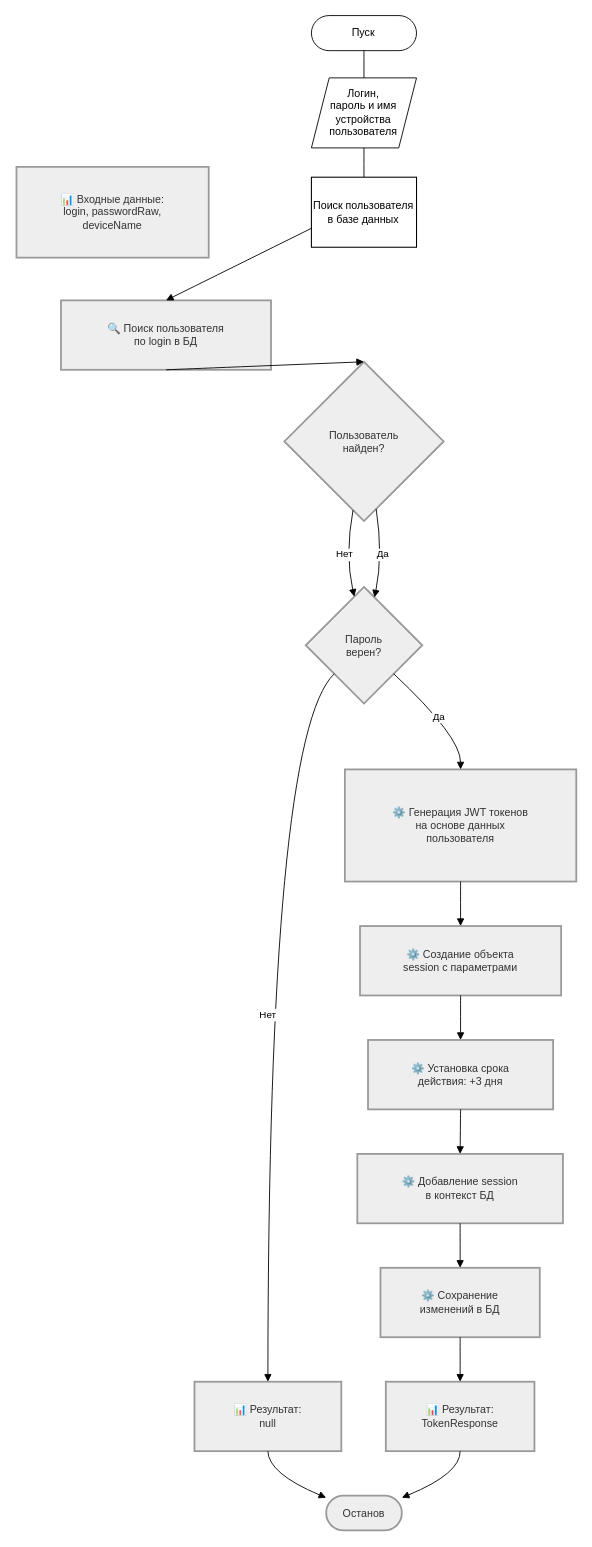
Skverno-Slov/Pract keeps this draw.io diagram as Algoritm.drawio. Above is the earlier version. Source tidied: cells renumbered, new cells numbered last; positions are measured from the earlier drawing's top-left corner, leaving out a move shared by most shapes. Both pictures are drawn from the tidied source at 89%, with x=0, y=0 at pixel (16, 15).
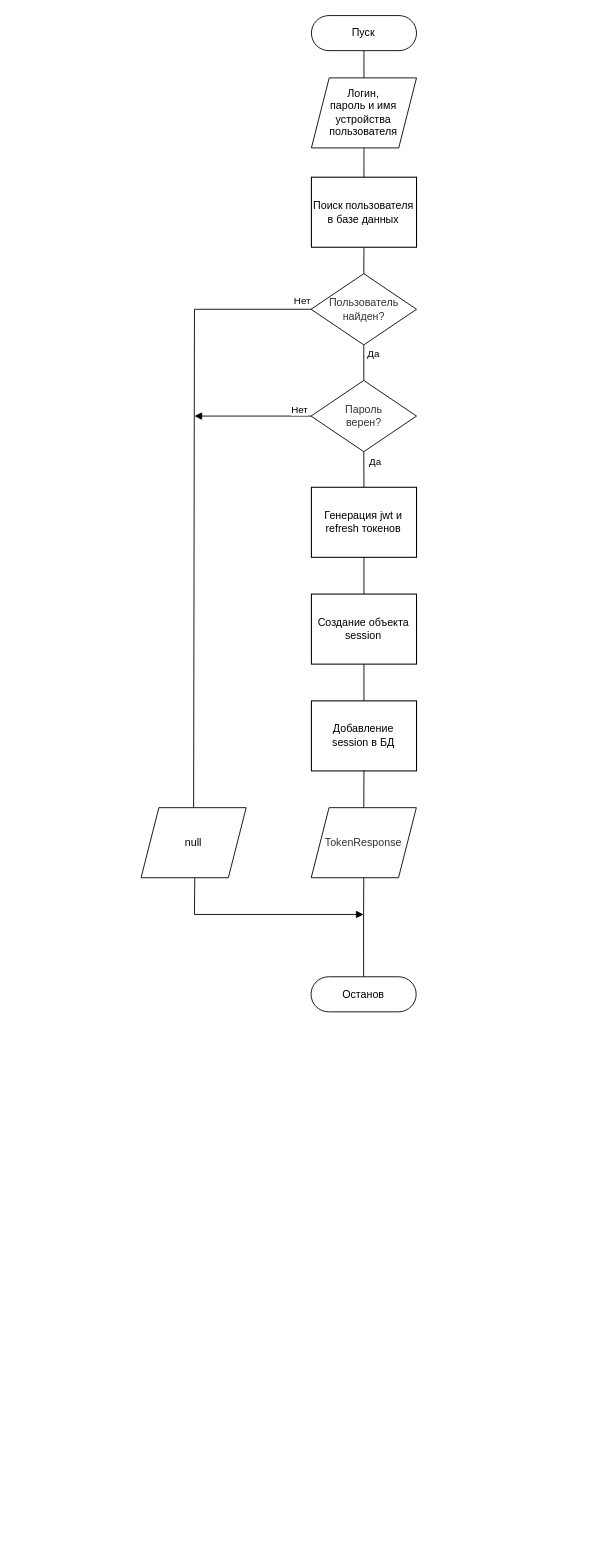
Above is the later version.

Unchanged cells that the change refers to:
```xml
<mxCell id="29" value="Поиск пользователя в базе данных" style="whiteSpace=wrap;strokeWidth=1.1810999999999998;" parent="1" vertex="1">
  <mxGeometry x="331.4" y="181.6" width="118.1" height="78.7" as="geometry" />
</mxCell>
```

Diff of the diagram source:
```diff
@@
-    <mxCell id="3" value="📊 Входные данные:&#10;login, passwordRaw,&#10;deviceName" style="whiteSpace=wrap;strokeWidth=2;fillColor=light-dark(#eeeeee,#1f2020);strokeColor=light-dark(#999999,#cccccc);fontColor=light-dark(#333333,#cccccc);" parent="1" vertex="1">
-      <mxGeometry y="170" width="216" height="102" as="geometry" />
-    </mxCell>
-    <mxCell id="4" value="🔍 Поиск пользователя&#10;по login в БД" style="whiteSpace=wrap;strokeWidth=2;fillColor=light-dark(#eeeeee,#1f2020);strokeColor=light-dark(#999999,#cccccc);fontColor=light-dark(#333333,#cccccc);" parent="1" vertex="1">
-      <mxGeometry x="50" y="320" width="236" height="78" as="geometry" />
-    </mxCell>
-    <mxCell id="5" value="Пользователь&#10;найден?" style="rhombus;strokeWidth=2;whiteSpace=wrap;fillColor=light-dark(#eeeeee,#1f2020);strokeColor=light-dark(#999999,#cccccc);fontColor=light-dark(#333333,#cccccc);" parent="1" vertex="1">
-      <mxGeometry x="301" y="389" width="179" height="179" as="geometry" />
-    </mxCell>
-    <mxCell id="6" value="Пароль&#10;верен?" style="rhombus;strokeWidth=2;whiteSpace=wrap;fillColor=light-dark(#eeeeee,#1f2020);strokeColor=light-dark(#999999,#cccccc);fontColor=light-dark(#333333,#cccccc);" parent="1" vertex="1">
-      <mxGeometry x="325" y="642" width="131" height="131" as="geometry" />
-    </mxCell>
-    <mxCell id="7" value="📊 Результат:&#10;null" style="whiteSpace=wrap;strokeWidth=2;fillColor=light-dark(#eeeeee,#1f2020);strokeColor=light-dark(#999999,#cccccc);fontColor=light-dark(#333333,#cccccc);" parent="1" vertex="1">
-      <mxGeometry x="200" y="1535" width="165" height="78" as="geometry" />
-    </mxCell>
-    <mxCell id="8" value="Останов" style="rounded=1;whiteSpace=wrap;arcSize=50;strokeWidth=2;fillColor=light-dark(#eeeeee,#1f2020);strokeColor=light-dark(#999999,#cccccc);fontColor=light-dark(#333333,#cccccc);" parent="1" vertex="1">
-      <mxGeometry x="348" y="1663" width="85" height="39" as="geometry" />
-    </mxCell>
-    <mxCell id="9" value="⚙️ Генерация JWT токенов&#10;на основе данных&#10;пользователя" style="whiteSpace=wrap;strokeWidth=2;fillColor=light-dark(#eeeeee,#1f2020);strokeColor=light-dark(#999999,#cccccc);fontColor=light-dark(#333333,#cccccc);" parent="1" vertex="1">
-      <mxGeometry x="369" y="847" width="260" height="126" as="geometry" />
-    </mxCell>
-    <mxCell id="10" value="⚙️ Создание объекта&#10;session с параметрами" style="whiteSpace=wrap;strokeWidth=2;fillColor=light-dark(#eeeeee,#1f2020);strokeColor=light-dark(#999999,#cccccc);fontColor=light-dark(#333333,#cccccc);" parent="1" vertex="1">
-      <mxGeometry x="386" y="1023" width="226" height="78" as="geometry" />
-    </mxCell>
-    <mxCell id="11" value="⚙️ Установка срока&#10;действия: +3 дня" style="whiteSpace=wrap;strokeWidth=2;fillColor=light-dark(#eeeeee,#1f2020);strokeColor=light-dark(#999999,#cccccc);fontColor=light-dark(#333333,#cccccc);" parent="1" vertex="1">
-      <mxGeometry x="395" y="1151" width="208" height="78" as="geometry" />
-    </mxCell>
-    <mxCell id="12" value="⚙️ Добавление session&#10;в контекст БД" style="whiteSpace=wrap;strokeWidth=2;fillColor=light-dark(#eeeeee,#1f2020);strokeColor=light-dark(#999999,#cccccc);fontColor=light-dark(#333333,#cccccc);" parent="1" vertex="1">
-      <mxGeometry x="383" y="1279" width="231" height="78" as="geometry" />
-    </mxCell>
-    <mxCell id="13" value="⚙️ Сохранение&#10;изменений в БД" style="whiteSpace=wrap;strokeWidth=2;fillColor=light-dark(#eeeeee,#1f2020);strokeColor=light-dark(#999999,#cccccc);fontColor=light-dark(#333333,#cccccc);" parent="1" vertex="1">
-      <mxGeometry x="409" y="1407" width="179" height="78" as="geometry" />
-    </mxCell>
-    <mxCell id="14" value="📊 Результат:&#10;TokenResponse" style="whiteSpace=wrap;strokeWidth=2;fillColor=light-dark(#eeeeee,#1f2020);strokeColor=light-dark(#999999,#cccccc);fontColor=light-dark(#333333,#cccccc);" parent="1" vertex="1">
-      <mxGeometry x="415" y="1535" width="167" height="78" as="geometry" />
-    </mxCell>
@@
-    <mxCell id="16" style="curved=1;startArrow=none;endArrow=block;entryX=0.5;entryY=0;rounded=0;" parent="1" edge="1" target="4">
-      <mxGeometry relative="1" as="geometry">
-        <mxPoint x="390" y="210" as="sourcePoint" />
-      </mxGeometry>
+    <mxCell id="16" style="curved=1;startArrow=none;endArrow=none;entryX=0.5;entryY=0;rounded=0;exitX=0.5;exitY=1;exitDx=0;exitDy=0;entryDx=0;entryDy=0;endFill=0;" parent="1" edge="1" source="29" target="5">
+      <mxGeometry relative="1" as="geometry" />
     </mxCell>
-    <mxCell id="17" style="curved=1;startArrow=none;endArrow=block;exitX=0.5;exitY=1;entryX=0.5;entryY=0;rounded=0;" parent="1" edge="1" source="4" target="5">
-      <mxGeometry relative="1" as="geometry" />
-    </mxCell>
-    <mxCell id="18" value="Нет" style="curved=1;startArrow=none;endArrow=block;exitX=0.42;exitY=1;entryX=0.4;entryY=0;rounded=0;" parent="1" edge="1" source="5" target="6">
-      <mxGeometry relative="1" as="geometry">
-        <Array as="points">
-          <mxPoint x="369" y="605" />
-        </Array>
-      </mxGeometry>
-    </mxCell>
-    <mxCell id="19" value="Да" style="curved=1;startArrow=none;endArrow=block;exitX=0.59;exitY=1;entryX=0.61;entryY=0;rounded=0;" parent="1" edge="1" source="5" target="6">
-      <mxGeometry relative="1" as="geometry">
-        <Array as="points">
-          <mxPoint x="412" y="605" />
-        </Array>
-      </mxGeometry>
-    </mxCell>
-    <mxCell id="20" value="Нет" style="curved=1;startArrow=none;endArrow=block;exitX=0;exitY=0.98;entryX=0.5;entryY=0;rounded=0;" parent="1" edge="1" source="6" target="7">
-      <mxGeometry relative="1" as="geometry">
-        <Array as="points">
-          <mxPoint x="283" y="810" />
-        </Array>
-      </mxGeometry>
-    </mxCell>
-    <mxCell id="21" style="curved=1;startArrow=none;endArrow=block;exitX=0.5;exitY=1;entryX=0;entryY=0.06;rounded=0;" parent="1" edge="1" source="7" target="8">
-      <mxGeometry relative="1" as="geometry">
-        <Array as="points">
-          <mxPoint x="283" y="1638" />
-        </Array>
-      </mxGeometry>
-    </mxCell>
-    <mxCell id="22" value="Да" style="curved=1;startArrow=none;endArrow=block;exitX=1;exitY=0.98;entryX=0.5;entryY=0;rounded=0;" parent="1" edge="1" source="6" target="9">
-      <mxGeometry relative="1" as="geometry">
-        <Array as="points">
-          <mxPoint x="499" y="810" />
-        </Array>
-      </mxGeometry>
-    </mxCell>
-    <mxCell id="23" style="curved=1;startArrow=none;endArrow=block;exitX=0.5;exitY=1;entryX=0.5;entryY=0;rounded=0;" parent="1" edge="1" source="9" target="10">
-      <mxGeometry relative="1" as="geometry" />
-    </mxCell>
-    <mxCell id="24" style="curved=1;startArrow=none;endArrow=block;exitX=0.5;exitY=1;entryX=0.5;entryY=0;rounded=0;" parent="1" edge="1" source="10" target="11">
-      <mxGeometry relative="1" as="geometry" />
-    </mxCell>
-    <mxCell id="25" style="curved=1;startArrow=none;endArrow=block;exitX=0.5;exitY=1;entryX=0.5;entryY=0;rounded=0;" parent="1" edge="1" source="11" target="12">
-      <mxGeometry relative="1" as="geometry" />
-    </mxCell>
-    <mxCell id="26" style="curved=1;startArrow=none;endArrow=block;exitX=0.5;exitY=1;entryX=0.5;entryY=0;rounded=0;" parent="1" edge="1" source="12" target="13">
-      <mxGeometry relative="1" as="geometry" />
-    </mxCell>
-    <mxCell id="27" style="curved=1;startArrow=none;endArrow=block;exitX=0.5;exitY=1;entryX=0.5;entryY=0;rounded=0;" parent="1" edge="1" source="13" target="14">
-      <mxGeometry relative="1" as="geometry" />
-    </mxCell>
-    <mxCell id="28" style="curved=1;startArrow=none;endArrow=block;exitX=0.5;exitY=1;entryX=1;entryY=0.06;rounded=0;" parent="1" edge="1" source="14" target="8">
-      <mxGeometry relative="1" as="geometry">
-        <Array as="points">
-          <mxPoint x="499" y="1638" />
-        </Array>
-      </mxGeometry>
-    </mxCell>
@@
+    <mxCell id="5" value="&lt;span style=&quot;color: rgb(51, 51, 51);&quot;&gt;Пользователь&lt;/span&gt;&lt;br style=&quot;padding: 0px; margin: 0px; color: rgb(51, 51, 51);&quot;&gt;&lt;span style=&quot;color: rgb(51, 51, 51);&quot;&gt;найден?&lt;/span&gt;" style="rhombus;whiteSpace=wrap;html=1;" parent="1" vertex="1">
+      <mxGeometry x="331" y="290" width="118.5" height="80" as="geometry" />
+    </mxCell>
+    <mxCell id="32" style="endArrow=none;html=1;rounded=0;endFill=0;exitX=0;exitY=0.5;exitDx=0;exitDy=0;entryX=0.5;entryY=0;entryDx=0;entryDy=0;" parent="1" edge="1" source="5" target="45">
+      <mxGeometry relative="1" as="geometry">
+        <Array as="points">
+          <mxPoint x="200" y="330" />
+        </Array>
+      </mxGeometry>
+    </mxCell>
+    <mxCell id="6" value="&lt;span style=&quot;color: rgb(51, 51, 51);&quot;&gt;Пароль&lt;/span&gt;&lt;br style=&quot;padding: 0px; margin: 0px; color: rgb(51, 51, 51);&quot;&gt;&lt;span style=&quot;color: rgb(51, 51, 51);&quot;&gt;верен?&lt;/span&gt;" style="rhombus;whiteSpace=wrap;html=1;" parent="1" vertex="1">
+      <mxGeometry x="331" y="410" width="118.5" height="80" as="geometry" />
+    </mxCell>
+    <mxCell id="33" style="curved=1;startArrow=none;endArrow=none;entryX=0.5;entryY=0;rounded=0;exitX=0.5;exitY=1;exitDx=0;exitDy=0;entryDx=0;entryDy=0;endFill=0;" parent="1" edge="1" source="5" target="6">
+      <mxGeometry relative="1" as="geometry" />
+    </mxCell>
+    <mxCell id="34" value="Да" style="edgeLabel;html=1;align=center;verticalAlign=middle;" parent="33" vertex="1">
+      <mxGeometry x="-0.23" y="-1" relative="1" as="geometry">
+        <mxPoint x="11" y="-6" as="offset" />
+      </mxGeometry>
+    </mxCell>
+    <mxCell id="35" style="endArrow=none;html=1;rounded=0;entryX=0;entryY=0.5;entryDx=0;entryDy=0;startArrow=block;startFill=1;" parent="1" edge="1" target="6">
+      <mxGeometry relative="1" as="geometry">
+        <mxPoint x="200" y="450" as="sourcePoint" />
+      </mxGeometry>
+    </mxCell>
+    <mxCell id="36" value="Нет" style="edgeLabel;html=1;align=center;verticalAlign=middle;" parent="1" vertex="1">
+      <mxGeometry x="320" y="320" as="geometry" />
+    </mxCell>
+    <mxCell id="37" value="Нет" style="edgeLabel;html=1;align=center;verticalAlign=middle;" parent="1" vertex="1">
+      <mxGeometry x="310" y="380" as="geometry">
+        <mxPoint x="7" y="62" as="offset" />
+      </mxGeometry>
+    </mxCell>
+    <mxCell id="38" value="Генерация jwt и refresh токенов" style="whiteSpace=wrap;strokeWidth=1.1810999999999998;" parent="1" vertex="1">
+      <mxGeometry x="331.4" y="530" width="118.1" height="78.7" as="geometry" />
+    </mxCell>
+    <mxCell id="39" style="endArrow=none;html=1;rounded=0;entryX=0.5;entryY=1;entryDx=0;entryDy=0;exitX=0.5;exitY=0;exitDx=0;exitDy=0;" parent="1" edge="1" source="38" target="6">
+      <mxGeometry relative="1" as="geometry" />
+    </mxCell>
+    <mxCell id="40" value="Да" style="edgeLabel;html=1;align=center;verticalAlign=middle;" parent="1" vertex="1">
+      <mxGeometry x="420" y="400" as="geometry">
+        <mxPoint x="-18" y="100" as="offset" />
+      </mxGeometry>
+    </mxCell>
+    <mxCell id="41" value="Создание объекта&#10;session" style="whiteSpace=wrap;strokeWidth=1.1810999999999998;" parent="1" vertex="1">
+      <mxGeometry x="331.4" y="650" width="118.1" height="78.7" as="geometry" />
+    </mxCell>
+    <mxCell id="42" style="endArrow=none;html=1;rounded=0;entryX=0.5;entryY=1;entryDx=0;entryDy=0;exitX=0.5;exitY=0;exitDx=0;exitDy=0;" parent="1" edge="1" source="41" target="38">
+      <mxGeometry relative="1" as="geometry" />
+    </mxCell>
+    <mxCell id="43" value="Добавление&#10;session в БД" style="whiteSpace=wrap;strokeWidth=1.1810999999999998;" parent="1" vertex="1">
+      <mxGeometry x="331.4" y="770" width="118.1" height="78.7" as="geometry" />
+    </mxCell>
+    <mxCell id="44" style="endArrow=none;html=1;rounded=0;entryX=0.5;entryY=1;entryDx=0;entryDy=0;" parent="1" edge="1" source="43" target="41">
+      <mxGeometry relative="1" as="geometry" />
+    </mxCell>
+    <mxCell id="45" value="null" style="shape=parallelogram;perimeter=parallelogramPerimeter;whiteSpace=wrap;html=1;fixedSize=1;size=20;" parent="1" vertex="1">
+      <mxGeometry x="140" y="890" width="118.1" height="78.7" as="geometry" />
+    </mxCell>
+    <mxCell id="46" value="&lt;span style=&quot;color: rgb(51, 51, 51);&quot;&gt;TokenResponse&lt;/span&gt;" style="shape=parallelogram;perimeter=parallelogramPerimeter;whiteSpace=wrap;html=1;fixedSize=1;size=20;" parent="1" vertex="1">
+      <mxGeometry x="331.2" y="890" width="118.1" height="78.7" as="geometry" />
+    </mxCell>
+    <mxCell id="47" style="endArrow=none;html=1;rounded=0;entryX=0.5;entryY=1;entryDx=0;entryDy=0;exitX=0.5;exitY=0;exitDx=0;exitDy=0;" parent="1" edge="1" source="46" target="43">
+      <mxGeometry relative="1" as="geometry" />
+    </mxCell>
+    <mxCell id="8" value="Останов" style="rounded=1;whiteSpace=wrap;html=1;arcSize=50;" parent="1" vertex="1">
+      <mxGeometry x="331" y="1080" width="118.1" height="39.4" as="geometry" />
+    </mxCell>
+    <mxCell id="48" style="endArrow=none;html=1;rounded=0;entryX=0.511;entryY=1.005;entryDx=0;entryDy=0;entryPerimeter=0;" parent="1" edge="1" target="45">
+      <mxGeometry relative="1" as="geometry">
+        <mxPoint x="200" y="1010" as="sourcePoint" />
+      </mxGeometry>
+    </mxCell>
+    <mxCell id="49" style="endArrow=none;html=1;rounded=0;entryX=0.5;entryY=1;entryDx=0;entryDy=0;" parent="1" edge="1" target="46">
+      <mxGeometry relative="1" as="geometry">
+        <mxPoint x="390" y="1010" as="sourcePoint" />
+      </mxGeometry>
+    </mxCell>
+    <mxCell id="50" style="endArrow=none;html=1;rounded=0;entryX=0.5;entryY=0;entryDx=0;entryDy=0;" parent="1" edge="1" target="8">
+      <mxGeometry relative="1" as="geometry">
+        <mxPoint x="390" y="1010" as="sourcePoint" />
+      </mxGeometry>
+    </mxCell>
+    <mxCell id="51" style="endArrow=block;html=1;rounded=0;endFill=1;" parent="1" edge="1">
+      <mxGeometry relative="1" as="geometry">
+        <mxPoint x="200" y="1010" as="sourcePoint" />
+        <mxPoint x="390" y="1010" as="targetPoint" />
+      </mxGeometry>
+    </mxCell>
```
